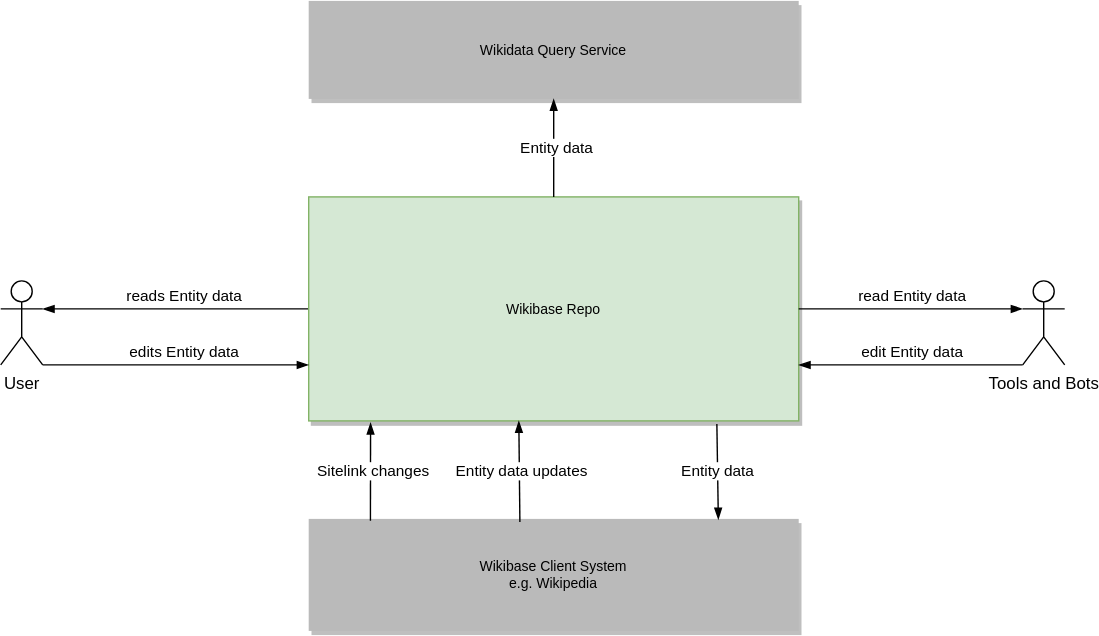
Before: systems/WikibaseRepo/diagrams/03-business-context.drawio.svg, a diagram exported from draw.io (wmde/wikidata-wikibase-architecture). Source tidied: cells renumbered, new cells last; positions are measured from the earlier drawing's top-left corner, leaving out a move shared by most shapes.
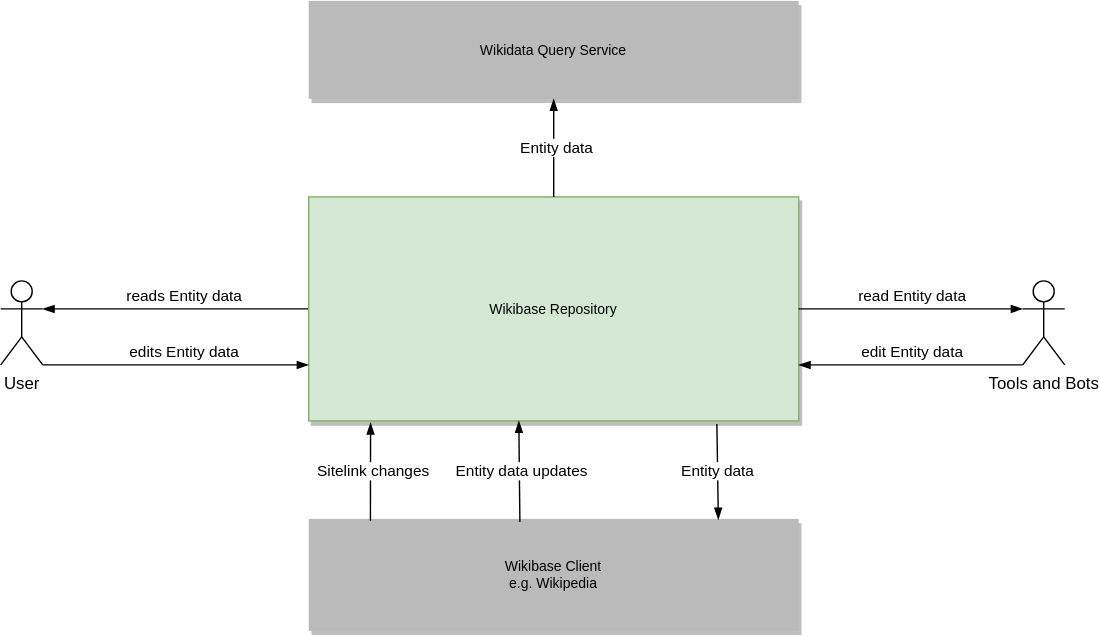
After the commit.

What changed in the source:
```diff
@@ -2,7 +2,7 @@
   <root>
     <mxCell id="0" />
     <mxCell id="1" parent="0" />
-    <mxCell id="2" value="Wikibase Client System&#10;e.g. Wikipedia" style="rounded=0;shadow=1;fontSize=10;fontColor=#000000;strokeColor=none;direction=west;fillColor=#BABABA;" parent="1" vertex="1">
+    <mxCell id="2" value="Wikibase Client&#10;e.g. Wikipedia" style="rounded=0;shadow=1;fontSize=10;fontColor=#000000;strokeColor=none;direction=west;fillColor=#BABABA;" parent="1" vertex="1">
       <mxGeometry x="220" y="370" width="350" height="80" as="geometry" />
     </mxCell>
     <mxCell id="3" value="User" style="shape=umlActor;verticalLabelPosition=bottom;verticalAlign=top;html=1;outlineConnect=0;" parent="1" vertex="1">
@@ -16,7 +16,7 @@
         <mxPoint x="-17.5" y="-11" as="offset" />
       </mxGeometry>
     </mxCell>
-    <mxCell id="6" value="Wikibase Repo" style="rounded=0;shadow=1;fontSize=10;strokeColor=#82b366;direction=west;fillColor=#d5e8d4;" parent="1" vertex="1">
+    <mxCell id="6" value="Wikibase Repository" style="rounded=0;shadow=1;fontSize=10;strokeColor=#82b366;direction=west;fillColor=#d5e8d4;" parent="1" vertex="1">
       <mxGeometry x="220" y="140" width="350" height="160" as="geometry" />
     </mxCell>
     <mxCell id="7" style="rounded=0;jettySize=auto;html=1;endArrow=none;endFill=0;exitX=0.491;exitY=1.044;exitDx=0;exitDy=0;exitPerimeter=0;entryX=0.874;entryY=0.983;entryDx=0;entryDy=0;entryPerimeter=0;startArrow=blockThin;startFill=1;" parent="1" edge="1" target="2">
```
